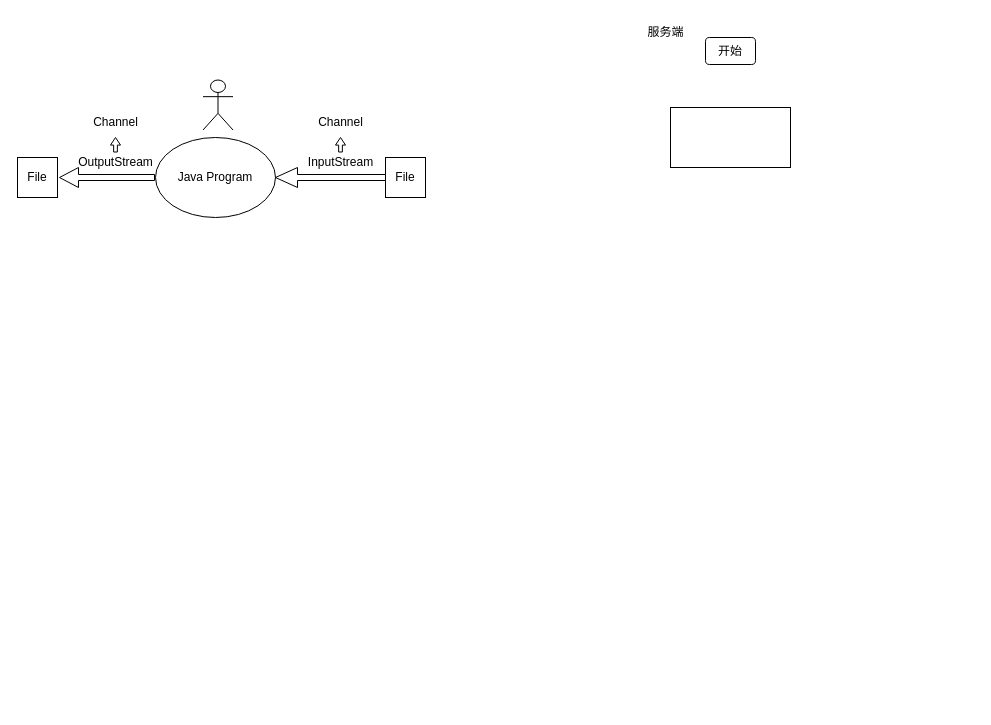
Before: Netty/javaNetty.drawio in JongEEE/myDraws, a draw.io diagram. Source tidied: cells renumbered, new cells numbered last; positions are measured from the earlier drawing's top-left corner, leaving out a move shared by most shapes. Both pictures are drawn from the tidied source at 100%, with x=0, y=0 at pixel (17, 17).
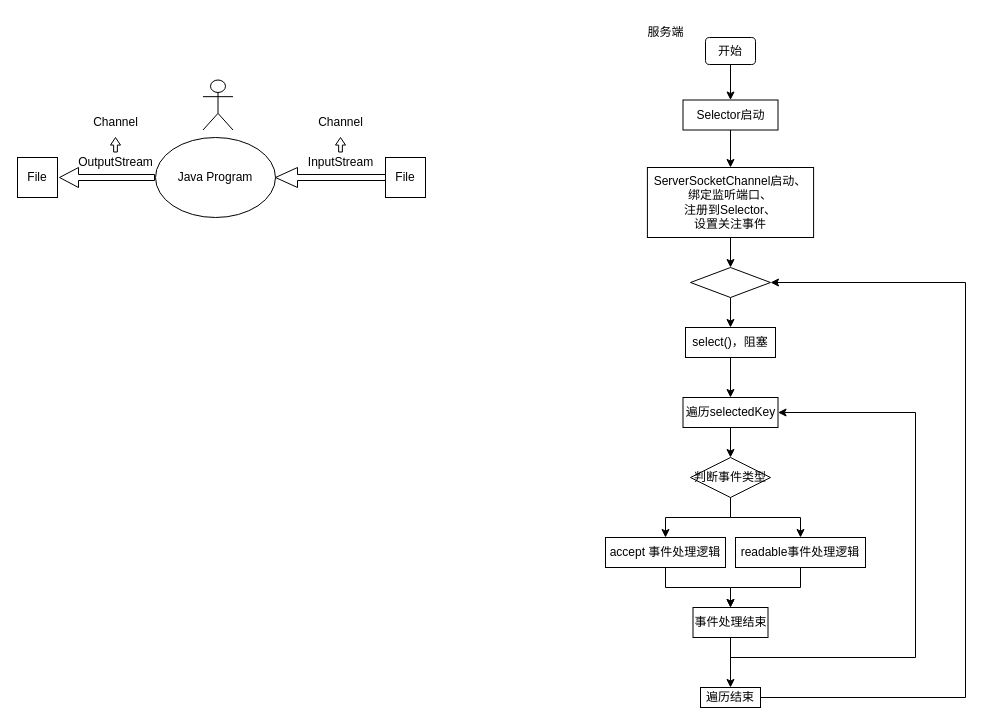
The same diagram, later.

Change to the diagram source:
```diff
@@
+    <mxCell id="17" style="group;" parent="1" vertex="1">
+      <mxGeometry x="588" width="360" height="690" as="geometry" />
+    </mxCell>
-    <mxCell id="14" value="服务端" style="text;html=1;align=center;verticalAlign=middle;strokeColor=none;fillColor=none;" parent="1" vertex="1">
-      <mxGeometry x="618" width="60" height="30" as="geometry" />
+    <mxCell id="14" value="服务端" style="text;html=1;align=center;verticalAlign=middle;strokeColor=none;fillColor=none;" parent="17" vertex="1">
+      <mxGeometry x="30" width="60" height="30" as="geometry" />
     </mxCell>
+    <mxCell id="18" style="edgeStyle=orthogonalEdgeStyle;rounded=0;jettySize=auto;html=1;exitX=0.5;exitY=1;exitDx=0;exitDy=0;entryX=0.5;entryY=0;entryDx=0;entryDy=0;" parent="17" edge="1" source="15" target="16">
+      <mxGeometry relative="1" as="geometry" />
+    </mxCell>
-    <mxCell id="15" value="开始" style="rounded=1;whiteSpace=wrap;html=1;" parent="1" vertex="1">
-      <mxGeometry x="688" y="20" width="50" height="27" as="geometry" />
+    <mxCell id="15" value="开始" style="rounded=1;whiteSpace=wrap;html=1;" parent="17" vertex="1">
+      <mxGeometry x="100" y="20" width="50" height="27" as="geometry" />
     </mxCell>
+    <mxCell id="19" style="edgeStyle=orthogonalEdgeStyle;rounded=0;jettySize=auto;html=1;exitX=0.5;exitY=1;exitDx=0;exitDy=0;entryX=0.5;entryY=0;entryDx=0;entryDy=0;" parent="17" edge="1" source="16" target="21">
+      <mxGeometry relative="1" as="geometry" />
+    </mxCell>
-    <mxCell id="16" style="rounded=0;whiteSpace=wrap;html=1;" parent="1" vertex="1">
-      <mxGeometry x="653" y="90" width="120" height="60" as="geometry" />
+    <mxCell id="16" value="Selector启动" style="rounded=0;whiteSpace=wrap;html=1;" parent="17" vertex="1">
+      <mxGeometry x="77.5" y="82.5" width="95" height="30" as="geometry" />
     </mxCell>
+    <mxCell id="20" style="edgeStyle=orthogonalEdgeStyle;rounded=0;jettySize=auto;html=1;exitX=0.5;exitY=1;exitDx=0;exitDy=0;entryX=0.5;entryY=0;entryDx=0;entryDy=0;" parent="17" edge="1" source="21" target="23">
+      <mxGeometry relative="1" as="geometry" />
+    </mxCell>
+    <mxCell id="21" value="ServerSocketChannel启动、&lt;div&gt;绑定监听端口、&lt;/div&gt;&lt;div&gt;注册到Selector、&lt;/div&gt;&lt;div&gt;设置关注事件&lt;/div&gt;" style="rounded=0;whiteSpace=wrap;html=1;" parent="17" vertex="1">
+      <mxGeometry x="41.9" y="150" width="166.2" height="70" as="geometry" />
+    </mxCell>
+    <mxCell id="22" style="edgeStyle=orthogonalEdgeStyle;rounded=0;jettySize=auto;html=1;exitX=0.5;exitY=1;exitDx=0;exitDy=0;entryX=0.5;entryY=0;entryDx=0;entryDy=0;" parent="17" edge="1" source="23" target="25">
+      <mxGeometry relative="1" as="geometry" />
+    </mxCell>
+    <mxCell id="23" style="rhombus;whiteSpace=wrap;html=1;" parent="17" vertex="1">
+      <mxGeometry x="85" y="250" width="80" height="30" as="geometry" />
+    </mxCell>
+    <mxCell id="24" style="edgeStyle=orthogonalEdgeStyle;rounded=0;jettySize=auto;html=1;exitX=0.5;exitY=1;exitDx=0;exitDy=0;entryX=0.5;entryY=0;entryDx=0;entryDy=0;" parent="17" edge="1" source="25" target="27">
+      <mxGeometry relative="1" as="geometry" />
+    </mxCell>
+    <mxCell id="25" value="select()，阻塞" style="rounded=0;whiteSpace=wrap;html=1;" parent="17" vertex="1">
+      <mxGeometry x="80" y="310" width="90" height="30" as="geometry" />
+    </mxCell>
+    <mxCell id="26" style="edgeStyle=orthogonalEdgeStyle;rounded=0;jettySize=auto;html=1;exitX=0.5;exitY=1;exitDx=0;exitDy=0;entryX=0.5;entryY=0;entryDx=0;entryDy=0;" parent="17" edge="1" source="27" target="30">
+      <mxGeometry relative="1" as="geometry" />
+    </mxCell>
+    <mxCell id="27" value="遍历selectedKey" style="rounded=0;whiteSpace=wrap;html=1;" parent="17" vertex="1">
+      <mxGeometry x="77.5" y="380" width="95" height="30" as="geometry" />
+    </mxCell>
+    <mxCell id="28" style="edgeStyle=orthogonalEdgeStyle;rounded=0;jettySize=auto;html=1;exitX=0.5;exitY=1;exitDx=0;exitDy=0;entryX=0.5;entryY=0;entryDx=0;entryDy=0;" parent="17" edge="1" source="30" target="34">
+      <mxGeometry relative="1" as="geometry" />
+    </mxCell>
+    <mxCell id="29" style="edgeStyle=orthogonalEdgeStyle;rounded=0;jettySize=auto;html=1;exitX=0.5;exitY=1;exitDx=0;exitDy=0;entryX=0.5;entryY=0;entryDx=0;entryDy=0;" parent="17" edge="1" source="30" target="32">
+      <mxGeometry relative="1" as="geometry" />
+    </mxCell>
+    <mxCell id="30" value="判断事件类型" style="rhombus;whiteSpace=wrap;html=1;" parent="17" vertex="1">
+      <mxGeometry x="85" y="440" width="80" height="40" as="geometry" />
+    </mxCell>
+    <mxCell id="31" style="edgeStyle=orthogonalEdgeStyle;rounded=0;jettySize=auto;html=1;exitX=0.5;exitY=1;exitDx=0;exitDy=0;entryX=0.5;entryY=0;entryDx=0;entryDy=0;" parent="17" edge="1" source="32" target="37">
+      <mxGeometry relative="1" as="geometry" />
+    </mxCell>
+    <mxCell id="32" value="accept 事件处理逻辑" style="rounded=0;whiteSpace=wrap;html=1;" parent="17" vertex="1">
+      <mxGeometry y="520" width="120" height="30" as="geometry" />
+    </mxCell>
+    <mxCell id="33" style="edgeStyle=orthogonalEdgeStyle;rounded=0;jettySize=auto;html=1;exitX=0.5;exitY=1;exitDx=0;exitDy=0;entryX=0.5;entryY=0;entryDx=0;entryDy=0;" parent="17" edge="1" source="34" target="37">
+      <mxGeometry relative="1" as="geometry" />
+    </mxCell>
+    <mxCell id="34" value="readable事件处理逻辑" style="rounded=0;whiteSpace=wrap;html=1;" parent="17" vertex="1">
+      <mxGeometry x="130" y="520" width="130" height="30" as="geometry" />
+    </mxCell>
+    <mxCell id="35" style="edgeStyle=orthogonalEdgeStyle;rounded=0;jettySize=auto;html=1;exitX=0.5;exitY=1;exitDx=0;exitDy=0;entryX=1;entryY=0.5;entryDx=0;entryDy=0;" parent="17" edge="1" source="37" target="27">
+      <mxGeometry relative="1" as="geometry">
+        <Array as="points">
+          <mxPoint x="125" y="640" />
+          <mxPoint x="310" y="640" />
+          <mxPoint x="310" y="395" />
+        </Array>
+      </mxGeometry>
+    </mxCell>
+    <mxCell id="36" style="edgeStyle=orthogonalEdgeStyle;rounded=0;jettySize=auto;html=1;exitX=0.5;exitY=1;exitDx=0;exitDy=0;entryX=0.5;entryY=0;entryDx=0;entryDy=0;" parent="17" edge="1" source="37" target="39">
+      <mxGeometry relative="1" as="geometry" />
+    </mxCell>
+    <mxCell id="37" value="事件处理结束" style="rounded=0;whiteSpace=wrap;html=1;" parent="17" vertex="1">
+      <mxGeometry x="87.5" y="590" width="75" height="30" as="geometry" />
+    </mxCell>
+    <mxCell id="38" style="edgeStyle=orthogonalEdgeStyle;rounded=0;jettySize=auto;html=1;exitX=1;exitY=0.5;exitDx=0;exitDy=0;entryX=1;entryY=0.5;entryDx=0;entryDy=0;" parent="17" edge="1" source="39" target="23">
+      <mxGeometry relative="1" as="geometry">
+        <Array as="points">
+          <mxPoint x="360" y="680" />
+          <mxPoint x="360" y="265" />
+        </Array>
+      </mxGeometry>
+    </mxCell>
+    <mxCell id="39" value="遍历结束" style="rounded=0;whiteSpace=wrap;html=1;" parent="17" vertex="1">
+      <mxGeometry x="95" y="670" width="60" height="20" as="geometry" />
+    </mxCell>
```
